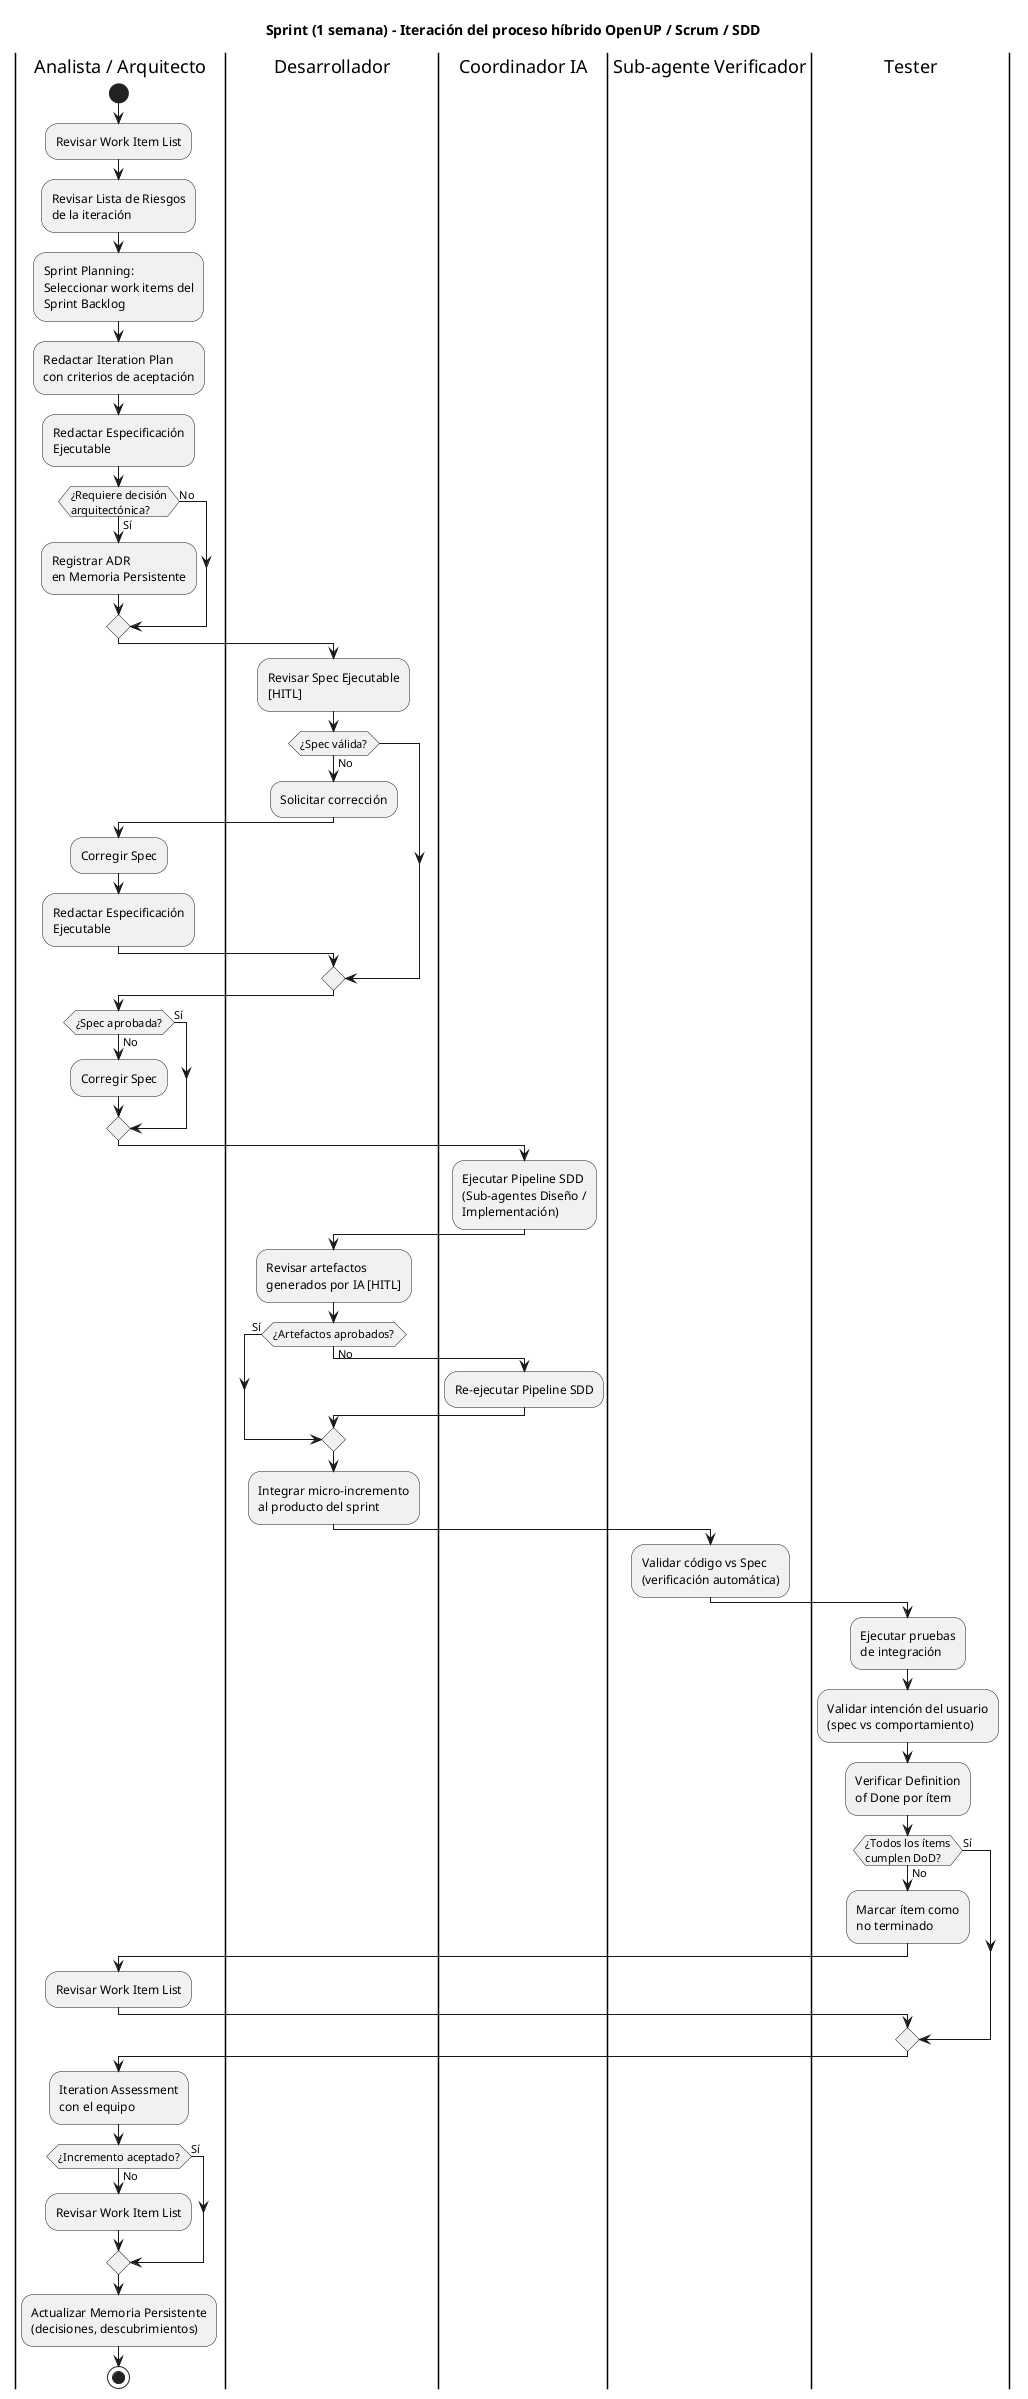
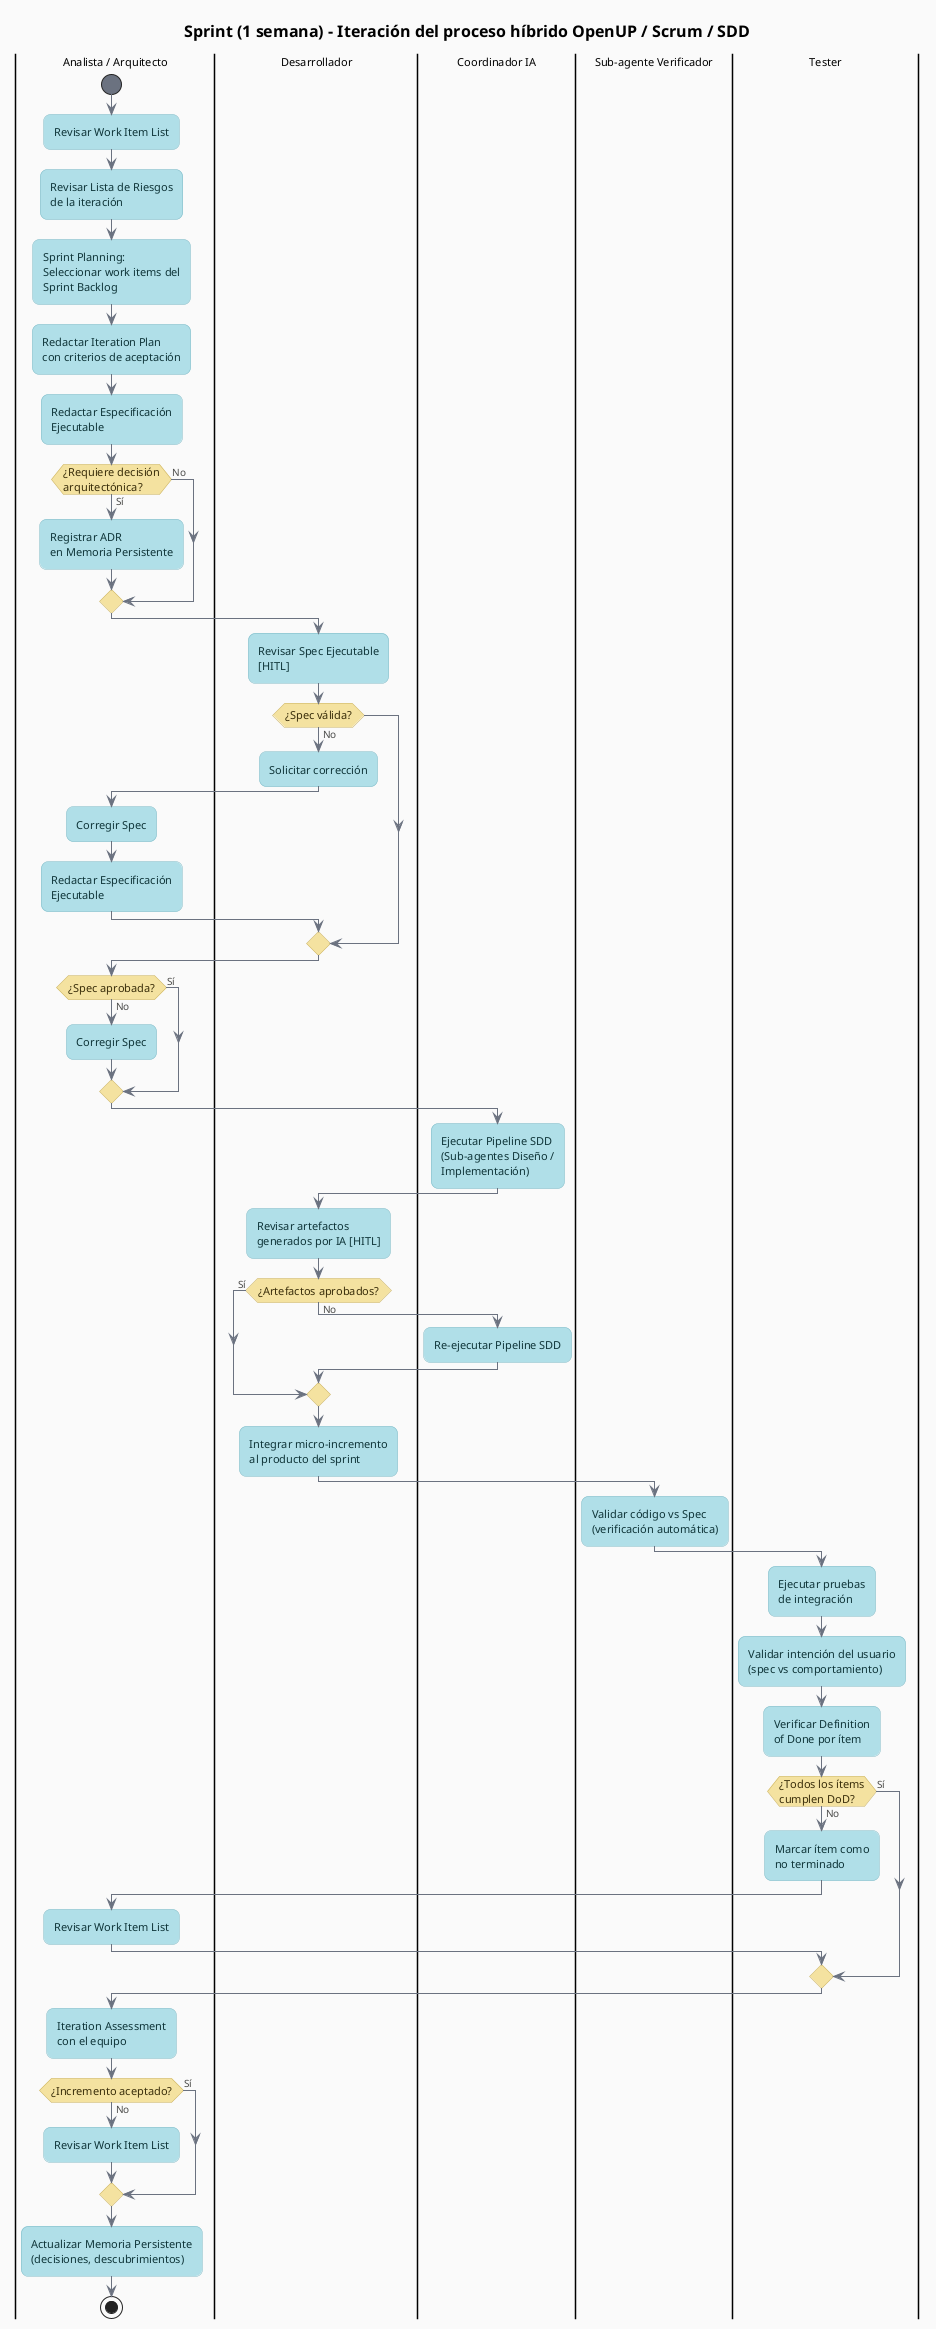
@startuml
title Sprint (1 semana) - Iteración del proceso híbrido OpenUP / Scrum / SDD
+ 
+ ' === Modern soft theme ===
+ skinparam backgroundColor #FAFAFA
+ skinparam defaultFontName Helvetica
+ skinparam defaultFontSize 11
+ skinparam titleFontSize 16
+ skinparam titleFontStyle bold
+ skinparam shadowing false
+ skinparam roundCorner 14
+ skinparam linetype polyline
+ 
+ skinparam activity {
+     BackgroundColor       #B0DFE8
+     BorderColor           #7DB9C5
+     FontColor             #0F3539
+     FontName              Helvetica
+     FontSize              11
+     DiamondBackgroundColor #F4E2A0
+     DiamondBorderColor    #C9B05E
+     DiamondFontColor      #3A2E0A
+     StartColor            #6B7280
+     EndColor              #6B7280
+     BarColor              #6B7280
+ }
+ 
+ skinparam partition {
+     BackgroundColor #FFFFFF
+     BorderColor     #C9C9BE
+     FontColor       #4A4A48
+     FontStyle       bold
+     FontSize        12
+ }
+ 
+ skinparam arrow {
+     Color     #6B7280
+     FontColor #4A4A48
+     FontSize  10
+     Thickness 1
+ }
+ 
+ skinparam note {
+     BackgroundColor #FFF8E1
+     BorderColor     #C9B05E
+     FontColor       #3A2E0A
+ }

|Analista / Arquitecto|
start
:Revisar Work Item List;
:Revisar Lista de Riesgos\nde la iteración;
:Sprint Planning:\nSeleccionar work items del\nSprint Backlog;
:Redactar Iteration Plan\ncon criterios de aceptación;
:Redactar Especificación\nEjecutable;
if (¿Requiere decisión\narquitectónica?) then (Sí)
    :Registrar ADR\nen Memoria Persistente;
else (No)
endif

|Desarrollador|
:Revisar Spec Ejecutable\n[HITL];
if (¿Spec válida?) then (No)
    :Solicitar corrección;
    |Analista / Arquitecto|
    :Corregir Spec;
    :Redactar Especificación\nEjecutable;
    |Desarrollador|
endif

|Analista / Arquitecto|
if (¿Spec aprobada?) then (No)
    :Corregir Spec;
else (Sí)
endif

|Coordinador IA|
:Ejecutar Pipeline SDD\n(Sub-agentes Diseño /\nImplementación);

|Desarrollador|
:Revisar artefactos\ngenerados por IA [HITL];
if (¿Artefactos aprobados?) then (No)
    |Coordinador IA|
    :Re-ejecutar Pipeline SDD;
    |Desarrollador|
else (Sí)
endif
:Integrar micro-incremento\nal producto del sprint;

|Sub-agente Verificador|
:Validar código vs Spec\n(verificación automática);

|Tester|
:Ejecutar pruebas\nde integración;
:Validar intención del usuario\n(spec vs comportamiento);
:Verificar Definition\nof Done por ítem;
if (¿Todos los ítems\ncumplen DoD?) then (No)
    :Marcar ítem como\nno terminado;
    |Analista / Arquitecto|
    :Revisar Work Item List;
    |Tester|
else (Sí)
endif

|Analista / Arquitecto|
:Iteration Assessment\ncon el equipo;
if (¿Incremento aceptado?) then (No)
    :Revisar Work Item List;
else (Sí)
endif
:Actualizar Memoria Persistente\n(decisiones, descubrimientos);
stop
@enduml
